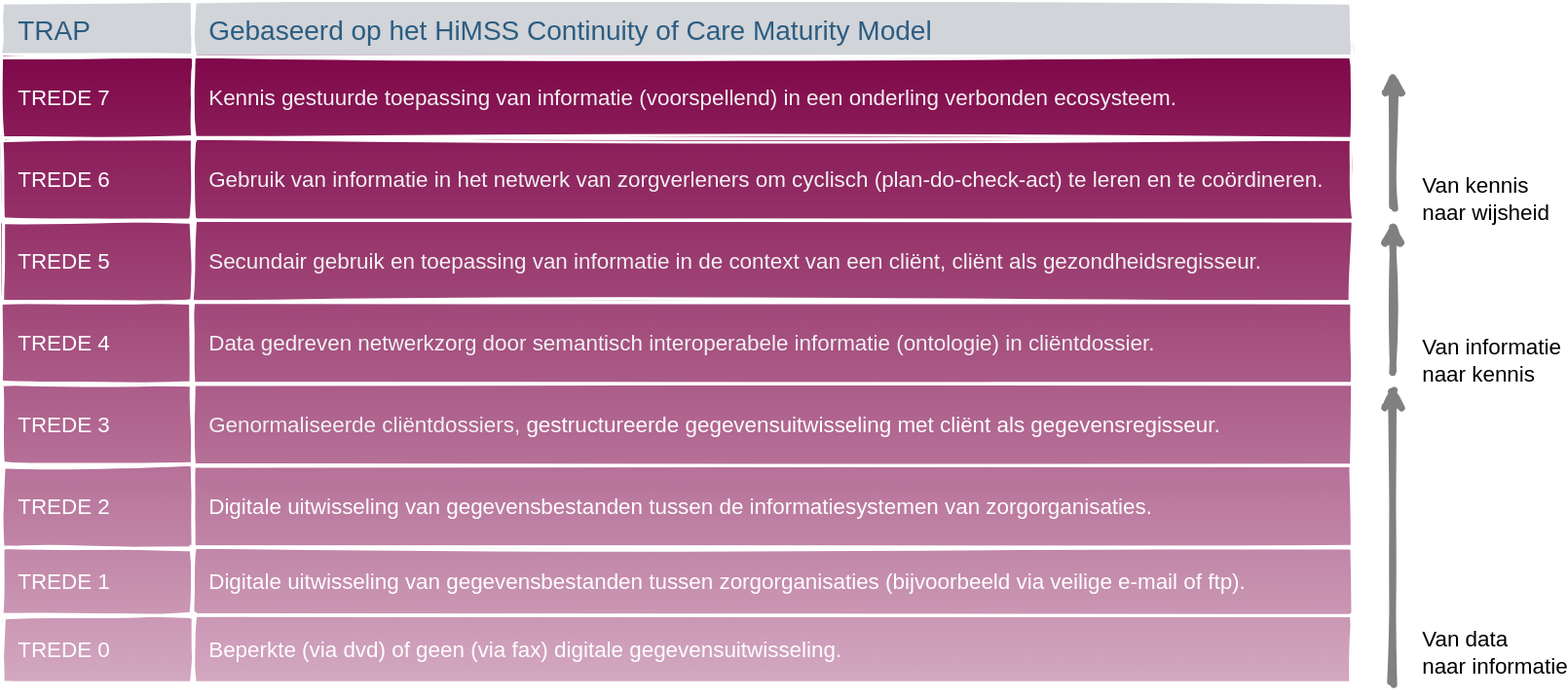
Earlier version of the draw.io export .gitbook/assets/maturity.svg (dizra/docs). Source tidied: cells renumbered, new cells last; positions are measured from the earlier drawing's top-left corner, leaving out a move shared by most shapes.
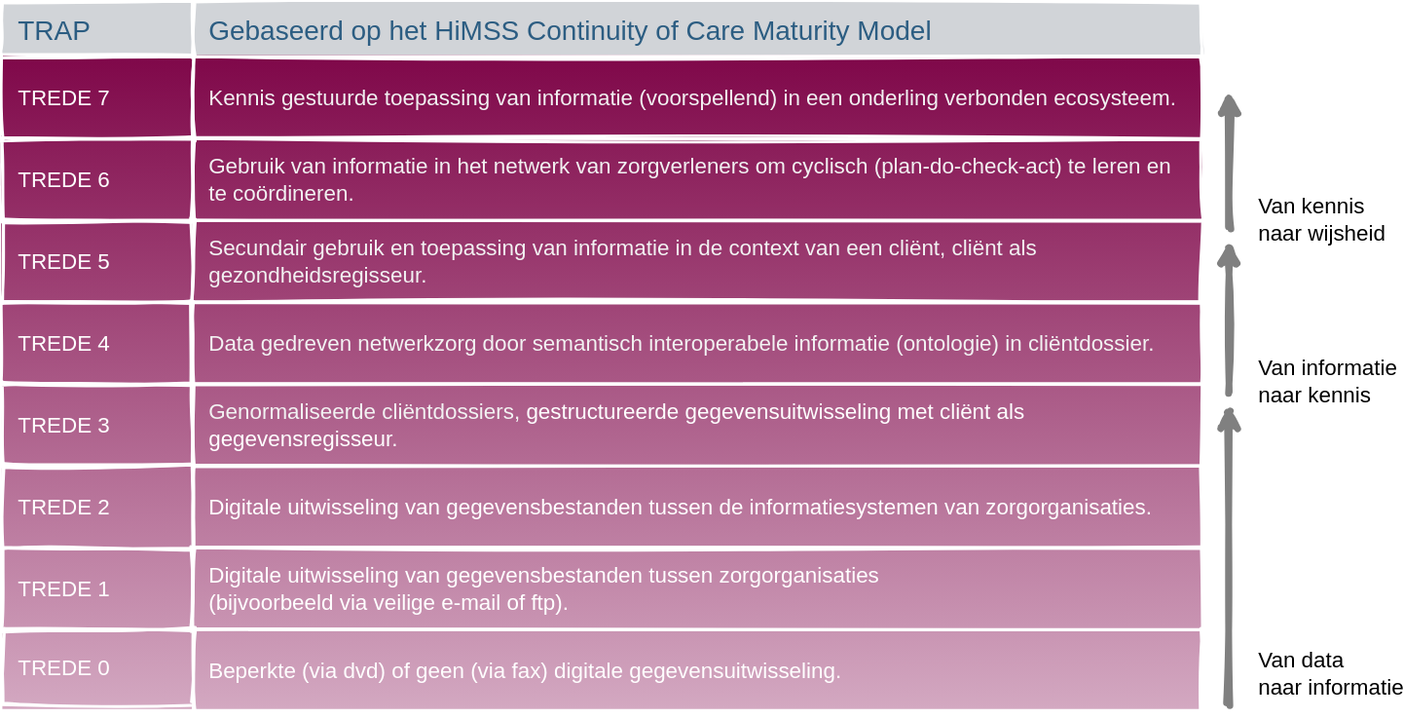
After the change.

Diff of the diagram source:
```diff
@@ -2,38 +2,38 @@
   <root>
     <mxCell id="0" />
     <mxCell id="1" parent="0" />
-    <mxCell id="2" style="rounded=0;whiteSpace=wrap;html=1;gradientDirection=north;gradientColor=#7F0749;sketch=1;fillColor=#D3A8C1;strokeColor=none;" parent="1" vertex="1">
-      <mxGeometry y="40" width="990" height="460" as="geometry" />
+    <mxCell id="2" style="rounded=0;whiteSpace=wrap;html=1;gradientDirection=north;gradientColor=#7F0749;sketch=1;fillColor=#D3A8C1;strokeColor=none;fontSize=16;" parent="1" vertex="1">
+      <mxGeometry y="40" width="880" height="480" as="geometry" />
     </mxCell>
     <mxCell id="3" value="Beperkte (via dvd) of geen (via fax) digitale gegevensuitwisseling." style="rounded=0;whiteSpace=wrap;html=1;sketch=1;fontSize=16;fillColor=none;align=left;spacingLeft=10;spacingRight=10;fontColor=#FFFFFF;strokeColor=#FFFFFF;strokeWidth=2;" parent="1" vertex="1">
-      <mxGeometry x="140" y="450" width="850" height="50" as="geometry" />
+      <mxGeometry x="140" y="460" width="740" height="60" as="geometry" />
     </mxCell>
-    <mxCell id="4" value="Digitale uitwisseling van gegevensbestanden tussen zorgorganisaties (bijvoorbeeld via veilige e-mail of ftp)." style="rounded=0;whiteSpace=wrap;html=1;sketch=1;fontSize=16;fillColor=none;align=left;spacingLeft=10;spacingRight=10;fontColor=#FFFFFF;strokeColor=#FFFFFF;strokeWidth=2;" parent="1" vertex="1">
-      <mxGeometry x="140" y="400" width="850" height="50" as="geometry" />
+    <mxCell id="4" value="Digitale uitwisseling van gegevensbestanden tussen zorgorganisaties &lt;br&gt;(bijvoorbeeld via veilige e-mail of ftp)." style="rounded=0;whiteSpace=wrap;html=1;sketch=1;fontSize=16;fillColor=none;align=left;spacingLeft=10;spacingRight=10;fontColor=#FFFFFF;strokeColor=#FFFFFF;strokeWidth=2;" parent="1" vertex="1">
+      <mxGeometry x="140" y="400" width="740" height="60" as="geometry" />
     </mxCell>
     <mxCell id="5" value="Digitale uitwisseling van gegevensbestanden tussen de informatiesystemen van zorgorganisaties." style="rounded=0;whiteSpace=wrap;html=1;sketch=1;fontSize=16;fillColor=none;align=left;spacingLeft=10;spacingRight=10;fontColor=#FFFFFF;strokeColor=#FFFFFF;strokeWidth=2;" parent="1" vertex="1">
-      <mxGeometry x="140" y="340" width="850" height="60" as="geometry" />
+      <mxGeometry x="140" y="340" width="740" height="60" as="geometry" />
     </mxCell>
-    <mxCell id="6" value="&lt;font color=&quot;#f2f2f2&quot;&gt;Genormaliseerde cliëntdossiers, &lt;/font&gt;gestructureerde gegevensuitwisseling met cliënt als gegevensregisseur." style="rounded=0;whiteSpace=wrap;html=1;sketch=1;fontSize=16;fillColor=none;align=left;spacingLeft=10;spacingRight=10;fontColor=#FFFFFF;strokeColor=#FFFFFF;strokeWidth=2;" parent="1" vertex="1">
-      <mxGeometry x="140" y="280" width="850" height="60" as="geometry" />
+    <mxCell id="6" value="&lt;font color=&quot;#f2f2f2&quot; style=&quot;font-size: 16px;&quot;&gt;Genormaliseerde cliëntdossiers, &lt;/font&gt;gestructureerde gegevensuitwisseling met cliënt als gegevensregisseur." style="rounded=0;whiteSpace=wrap;html=1;sketch=1;fontSize=16;fillColor=none;align=left;spacingLeft=10;spacingRight=10;fontColor=#FFFFFF;strokeColor=#FFFFFF;strokeWidth=2;" parent="1" vertex="1">
+      <mxGeometry x="140" y="280" width="740" height="60" as="geometry" />
     </mxCell>
-    <mxCell id="7" value="&lt;font color=&quot;#f2f2f2&quot;&gt;Data gedreven netwerkzorg door semantisch interoperabele informatie (ontologie) in&amp;nbsp;&lt;/font&gt;&lt;span style=&quot;color: rgb(242 , 242 , 242)&quot;&gt;cliëntdossier.&lt;/span&gt;" style="rounded=0;whiteSpace=wrap;html=1;sketch=1;fontSize=16;fillColor=none;align=left;spacingLeft=10;spacingRight=10;fontColor=#FFFFFF;strokeColor=#FFFFFF;strokeWidth=2;" parent="1" vertex="1">
-      <mxGeometry x="140" y="220" width="850" height="60" as="geometry" />
+    <mxCell id="7" value="&lt;font color=&quot;#f2f2f2&quot; style=&quot;font-size: 16px;&quot;&gt;Data gedreven netwerkzorg door semantisch interoperabele informatie (ontologie) in&amp;nbsp;&lt;/font&gt;&lt;span style=&quot;color: rgb(242, 242, 242); font-size: 16px;&quot;&gt;cliëntdossier.&lt;/span&gt;" style="rounded=0;whiteSpace=wrap;html=1;sketch=1;fontSize=16;fillColor=none;align=left;spacingLeft=10;spacingRight=10;fontColor=#FFFFFF;strokeColor=#FFFFFF;strokeWidth=2;" parent="1" vertex="1">
+      <mxGeometry x="140" y="220" width="740" height="60" as="geometry" />
     </mxCell>
-    <mxCell id="8" value="&lt;font color=&quot;#f2f2f2&quot;&gt;Secundair gebruik en toepassing van&amp;nbsp;&lt;/font&gt;&lt;span style=&quot;color: rgb(242 , 242 , 242)&quot;&gt;informatie&lt;/span&gt;&lt;font color=&quot;#f2f2f2&quot;&gt;&amp;nbsp;in de context van een cliënt, cliënt als gezondheidsregisseur.&amp;nbsp;&lt;/font&gt;" style="rounded=0;whiteSpace=wrap;html=1;sketch=1;fontSize=16;fillColor=none;align=left;spacingLeft=10;spacingRight=10;fontColor=#FFFFFF;strokeColor=#FFFFFF;strokeWidth=2;" parent="1" vertex="1">
-      <mxGeometry x="140" y="160" width="850" height="60" as="geometry" />
+    <mxCell id="8" value="&lt;font color=&quot;#f2f2f2&quot; style=&quot;font-size: 16px;&quot;&gt;Secundair gebruik en toepassing van&amp;nbsp;&lt;/font&gt;&lt;span style=&quot;color: rgb(242, 242, 242); font-size: 16px;&quot;&gt;informatie&lt;/span&gt;&lt;font color=&quot;#f2f2f2&quot; style=&quot;font-size: 16px;&quot;&gt;&amp;nbsp;in de context van een cliënt, cliënt als gezondheidsregisseur.&amp;nbsp;&lt;/font&gt;" style="rounded=0;whiteSpace=wrap;html=1;sketch=1;fontSize=16;fillColor=none;align=left;spacingLeft=10;spacingRight=10;fontColor=#FFFFFF;strokeColor=#FFFFFF;strokeWidth=2;" parent="1" vertex="1">
+      <mxGeometry x="140" y="160" width="740" height="60" as="geometry" />
     </mxCell>
-    <mxCell id="9" value="&lt;font color=&quot;#f2f2f2&quot;&gt;Gebruik van informatie in het netwerk van zorgverleners om cyclisch (plan-do-check-act) te leren en te coördineren.&amp;nbsp;&lt;/font&gt;" style="rounded=0;whiteSpace=wrap;html=1;sketch=1;fontSize=16;fillColor=none;align=left;spacingLeft=10;spacingRight=10;fontColor=#FFFFFF;strokeColor=#FFFFFF;strokeWidth=2;" parent="1" vertex="1">
-      <mxGeometry x="140" y="100" width="850" height="60" as="geometry" />
+    <mxCell id="9" value="&lt;font color=&quot;#f2f2f2&quot; style=&quot;font-size: 16px;&quot;&gt;Gebruik van informatie in het netwerk van zorgverleners om cyclisch (plan-do-check-act) te leren en te coördineren.&amp;nbsp;&lt;/font&gt;" style="rounded=0;whiteSpace=wrap;html=1;sketch=1;fontSize=16;fillColor=none;align=left;spacingLeft=10;spacingRight=10;fontColor=#FFFFFF;strokeColor=#FFFFFF;strokeWidth=2;" parent="1" vertex="1">
+      <mxGeometry x="140" y="100" width="740" height="60" as="geometry" />
     </mxCell>
-    <mxCell id="10" value="&lt;span style=&quot;color: rgb(242 , 242 , 242)&quot;&gt;Kennis gestuurde toepassing van&amp;nbsp;&lt;/span&gt;&lt;span style=&quot;color: rgb(242 , 242 , 242)&quot;&gt;informatie&lt;/span&gt;&lt;span style=&quot;color: rgb(242 , 242 , 242)&quot;&gt;&amp;nbsp;&lt;/span&gt;&lt;span style=&quot;color: rgb(242 , 242 , 242)&quot;&gt;(voorspellend)&amp;nbsp;&lt;/span&gt;&lt;span style=&quot;color: rgb(242 , 242 , 242)&quot;&gt;in een onderling verbonden&amp;nbsp;&lt;/span&gt;&lt;span style=&quot;color: rgb(242 , 242 , 242)&quot;&gt;ecosysteem.&lt;/span&gt;" style="rounded=0;whiteSpace=wrap;html=1;sketch=1;fontSize=16;fillColor=none;align=left;spacingLeft=10;spacingRight=10;fontColor=#FFFFFF;strokeColor=#FFFFFF;strokeWidth=2;" parent="1" vertex="1">
-      <mxGeometry x="140" y="40" width="850" height="60" as="geometry" />
+    <mxCell id="10" value="&lt;span style=&quot;color: rgb(242, 242, 242); font-size: 16px;&quot;&gt;Kennis gestuurde toepassing van&amp;nbsp;&lt;/span&gt;&lt;span style=&quot;color: rgb(242, 242, 242); font-size: 16px;&quot;&gt;informatie&lt;/span&gt;&lt;span style=&quot;color: rgb(242, 242, 242); font-size: 16px;&quot;&gt;&amp;nbsp;&lt;/span&gt;&lt;span style=&quot;color: rgb(242, 242, 242); font-size: 16px;&quot;&gt;(voorspellend)&amp;nbsp;&lt;/span&gt;&lt;span style=&quot;color: rgb(242, 242, 242); font-size: 16px;&quot;&gt;in een onderling verbonden&amp;nbsp;&lt;/span&gt;&lt;span style=&quot;color: rgb(242, 242, 242); font-size: 16px;&quot;&gt;ecosysteem.&lt;/span&gt;" style="rounded=0;whiteSpace=wrap;html=1;sketch=1;fontSize=16;fillColor=none;align=left;spacingLeft=10;spacingRight=10;fontColor=#FFFFFF;strokeColor=#FFFFFF;strokeWidth=2;" parent="1" vertex="1">
+      <mxGeometry x="140" y="40" width="740" height="60" as="geometry" />
     </mxCell>
     <mxCell id="11" value="TREDE 0" style="rounded=0;whiteSpace=wrap;html=1;sketch=1;fontSize=16;fillColor=none;align=left;spacingLeft=10;spacingRight=10;fontColor=#FFFFFF;strokeColor=#FFFFFF;strokeWidth=2;" parent="1" vertex="1">
-      <mxGeometry y="450" width="140" height="50" as="geometry" />
+      <mxGeometry y="460" width="140" height="55" as="geometry" />
     </mxCell>
     <mxCell id="12" value="TREDE 1" style="rounded=0;whiteSpace=wrap;html=1;sketch=1;fontSize=16;fillColor=none;align=left;spacingLeft=10;spacingRight=10;fontColor=#FFFFFF;strokeColor=#FFFFFF;strokeWidth=2;" parent="1" vertex="1">
-      <mxGeometry y="400" width="140" height="50" as="geometry" />
+      <mxGeometry y="400" width="140" height="60" as="geometry" />
     </mxCell>
     <mxCell id="13" value="TREDE 2" style="rounded=0;whiteSpace=wrap;html=1;sketch=1;fontSize=16;fillColor=none;align=left;spacingLeft=10;spacingRight=10;fontColor=#FFFFFF;strokeColor=#FFFFFF;strokeWidth=2;" parent="1" vertex="1">
       <mxGeometry y="340" width="140" height="60" as="geometry" />
@@ -53,31 +53,31 @@
     <mxCell id="18" value="TREDE 7" style="rounded=0;whiteSpace=wrap;html=1;sketch=1;fontSize=16;fillColor=none;align=left;spacingLeft=10;spacingRight=10;fontColor=#FFFFFF;strokeColor=#FFFFFF;strokeWidth=2;" parent="1" vertex="1">
       <mxGeometry y="40" width="140" height="60" as="geometry" />
     </mxCell>
-    <mxCell id="19" style="rounded=0;whiteSpace=wrap;html=1;sketch=1;fillColor=#D1D4D8;fillStyle=solid;strokeColor=none;" parent="1" vertex="1">
-      <mxGeometry width="990" height="40" as="geometry" />
+    <mxCell id="19" style="rounded=0;whiteSpace=wrap;html=1;sketch=1;fillColor=#D1D4D8;fillStyle=solid;strokeColor=none;fontSize=16;" parent="1" vertex="1">
+      <mxGeometry width="880" height="40" as="geometry" />
     </mxCell>
     <mxCell id="20" value="TRAP" style="rounded=0;whiteSpace=wrap;html=1;sketch=1;fontSize=20;fillColor=none;align=left;spacingLeft=10;spacingRight=10;strokeColor=#FFFFFF;strokeWidth=2;fontColor=#2C5D82;" parent="1" vertex="1">
       <mxGeometry width="140" height="40" as="geometry" />
     </mxCell>
     <mxCell id="21" value="&lt;span style=&quot;font-size: 20px;&quot;&gt;Gebaseerd op het&amp;nbsp;&lt;/span&gt;&lt;span style=&quot;font-size: 20px;&quot;&gt;HiMSS&lt;/span&gt;&lt;span style=&quot;font-size: 20px;&quot;&gt;&amp;nbsp;&lt;/span&gt;&lt;span style=&quot;font-size: 20px;&quot;&gt;Continuity&lt;/span&gt;&lt;span style=&quot;font-size: 20px;&quot;&gt;&amp;nbsp;of Care&amp;nbsp;&lt;/span&gt;&lt;span style=&quot;font-size: 20px;&quot;&gt;Maturity&amp;nbsp;&lt;/span&gt;&lt;span style=&quot;font-size: 20px;&quot;&gt;Model&lt;/span&gt;" style="rounded=0;whiteSpace=wrap;html=1;sketch=1;fontSize=20;fillColor=none;align=left;spacingLeft=10;spacingRight=10;strokeColor=#FFFFFF;strokeWidth=2;fontColor=#2C5D82;" parent="1" vertex="1">
-      <mxGeometry x="140" width="850" height="40" as="geometry" />
+      <mxGeometry x="140" width="740" height="40" as="geometry" />
     </mxCell>
-    <mxCell id="22" value="Van data &lt;br&gt;naar informatie" style="endArrow=classic;html=1;fontFamily=Helvetica;fontSize=16;strokeWidth=5;strokeColor=#808080;align=left;sketch=1;" parent="1" edge="1">
+    <mxCell id="22" value="Van data &lt;br style=&quot;font-size: 16px;&quot;&gt;naar informatie" style="endArrow=classic;html=1;fontFamily=Helvetica;fontSize=16;strokeWidth=5;strokeColor=#808080;align=left;sketch=1;" parent="1" edge="1">
       <mxGeometry x="-0.79" y="-20" relative="1" as="geometry">
-        <mxPoint x="1020" y="500" as="sourcePoint" />
-        <mxPoint x="1020" y="280" as="targetPoint" />
+        <mxPoint x="900" y="515" as="sourcePoint" />
+        <mxPoint x="900" y="295" as="targetPoint" />
       </mxGeometry>
     </mxCell>
-    <mxCell id="23" value="Van informatie &lt;br&gt;naar kennis" style="endArrow=classic;html=1;fontFamily=Helvetica;fontSize=16;strokeWidth=5;strokeColor=#808080;align=left;sketch=1;" parent="1" edge="1">
+    <mxCell id="23" value="Van informatie &lt;br style=&quot;font-size: 16px;&quot;&gt;naar kennis" style="endArrow=classic;html=1;fontFamily=Helvetica;fontSize=16;strokeWidth=5;strokeColor=#808080;align=left;sketch=1;" parent="1" edge="1">
       <mxGeometry x="-0.88" y="-20" relative="1" as="geometry">
-        <mxPoint x="1020" y="270" as="sourcePoint" />
-        <mxPoint x="1020" y="160" as="targetPoint" />
+        <mxPoint x="900" y="285" as="sourcePoint" />
+        <mxPoint x="900" y="175" as="targetPoint" />
       </mxGeometry>
     </mxCell>
-    <mxCell id="24" value="Van kennis &lt;br&gt;naar wijsheid" style="endArrow=classic;html=1;fontFamily=Helvetica;fontSize=16;strokeWidth=5;strokeColor=#808080;align=left;sketch=1;" parent="1" edge="1">
+    <mxCell id="24" value="Van kennis &lt;br style=&quot;font-size: 16px;&quot;&gt;naar wijsheid" style="endArrow=classic;html=1;fontFamily=Helvetica;fontSize=16;strokeWidth=5;strokeColor=#808080;align=left;sketch=1;" parent="1" edge="1">
       <mxGeometry x="-0.88" y="-20" relative="1" as="geometry">
-        <mxPoint x="1020" y="150" as="sourcePoint" />
-        <mxPoint x="1020" y="50" as="targetPoint" />
+        <mxPoint x="900" y="165" as="sourcePoint" />
+        <mxPoint x="900" y="65" as="targetPoint" />
       </mxGeometry>
     </mxCell>
   </root>
```
